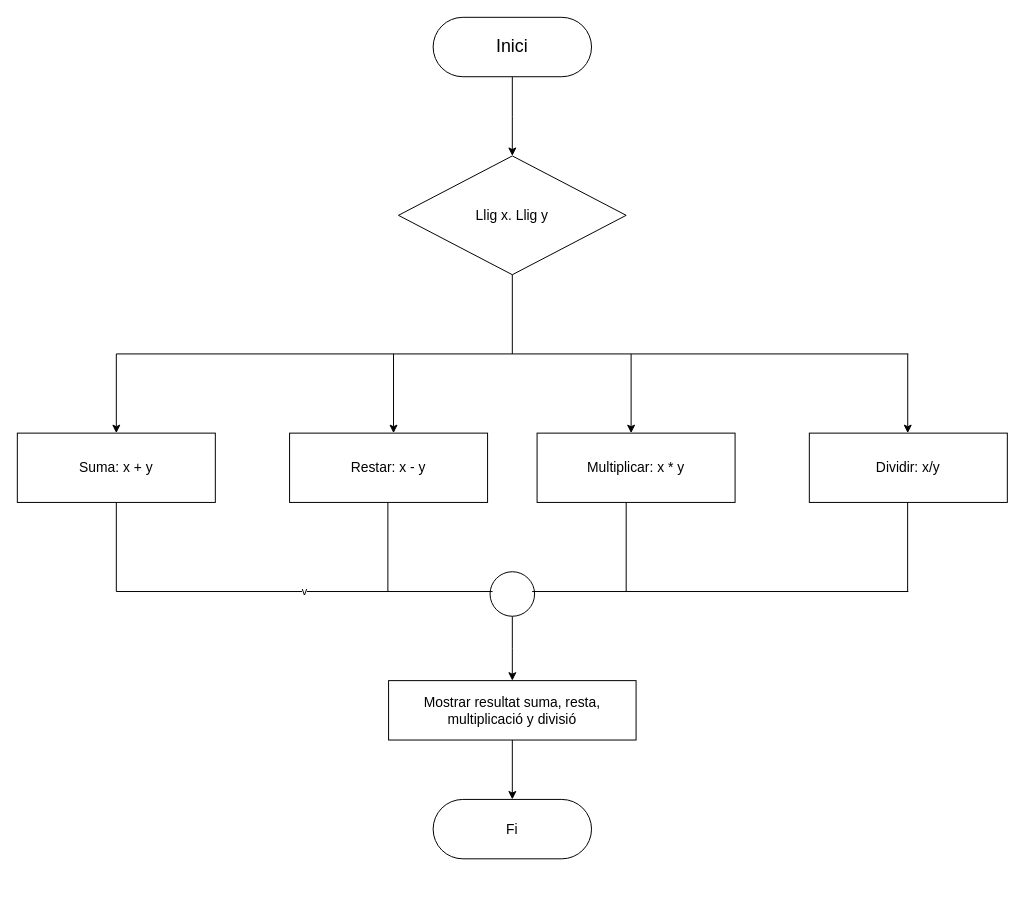
This is Programacion/Diagrama_flux/ex10.drawio from edav03/1DAW, a draw.io file, before an edit. Source tidied: cells renumbered, new cells numbered last; positions are measured from the earlier drawing's top-left corner, leaving out a move shared by most shapes. Both pictures are drawn from the tidied source at 99%, with x=0, y=0 at pixel (17, 17).
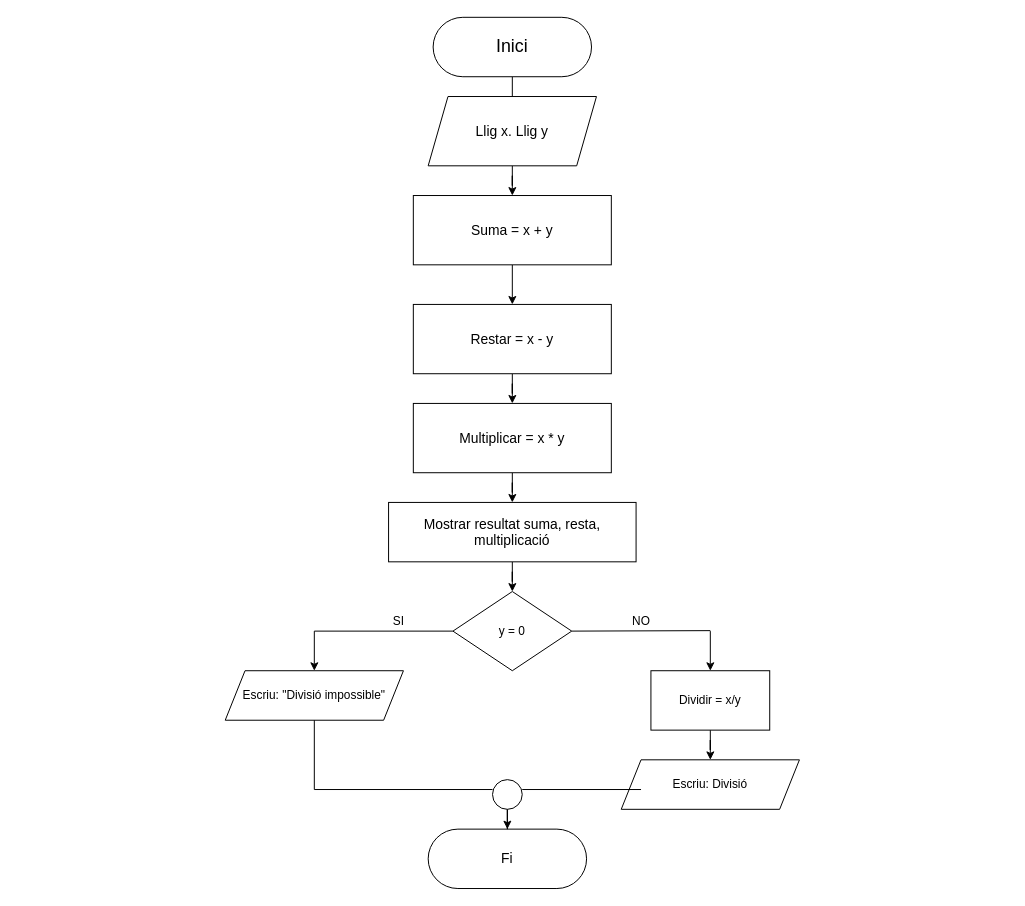
The same page after the edit.

Diff of the diagram source:
```diff
@@
-    <mxCell id="4" style="edgeStyle=orthogonalEdgeStyle;rounded=0;jettySize=auto;html=1;" parent="1" edge="1" source="5">
-      <mxGeometry relative="1" as="geometry">
-        <mxPoint x="500" y="670" as="targetPoint" />
-      </mxGeometry>
-    </mxCell>
-    <mxCell id="5" style="ellipse;whiteSpace=wrap;html=1;" parent="1" vertex="1">
-      <mxGeometry x="477.5" y="560" width="45" height="45" as="geometry" />
-    </mxCell>
     <mxCell id="6" value="&lt;font style=&quot;font-size: 14px&quot;&gt;Fi&lt;/font&gt;" style="rounded=1;whiteSpace=wrap;html=1;arcSize=50;" parent="1" vertex="1">
-      <mxGeometry x="420" y="790" width="160" height="60" as="geometry" />
+      <mxGeometry x="415" y="820" width="160" height="60" as="geometry" />
     </mxCell>
+    <mxCell id="26" style="edgeStyle=orthogonalEdgeStyle;rounded=0;jettySize=auto;html=1;entryX=0.5;entryY=0;entryDx=0;entryDy=0;" parent="1" edge="1" source="11" target="13">
+      <mxGeometry relative="1" as="geometry" />
+    </mxCell>
+    <mxCell id="11" value="&lt;font style=&quot;font-size: 14px&quot;&gt;Suma = x + y&lt;/font&gt;" style="rounded=0;whiteSpace=wrap;html=1;" parent="1" vertex="1">
+      <mxGeometry x="400" y="180" width="200" height="70" as="geometry" />
+    </mxCell>
+    <mxCell id="27" style="edgeStyle=orthogonalEdgeStyle;rounded=0;jettySize=auto;html=1;entryX=0.5;entryY=0;entryDx=0;entryDy=0;" parent="1" edge="1" source="13" target="15">
+      <mxGeometry relative="1" as="geometry" />
+    </mxCell>
+    <mxCell id="13" value="&lt;font style=&quot;font-size: 14px&quot;&gt;Restar = x - y&lt;/font&gt;" style="rounded=0;whiteSpace=wrap;html=1;" parent="1" vertex="1">
+      <mxGeometry x="400" y="290" width="200" height="70" as="geometry" />
+    </mxCell>
+    <mxCell id="28" style="edgeStyle=orthogonalEdgeStyle;rounded=0;jettySize=auto;html=1;entryX=0.5;entryY=0;entryDx=0;entryDy=0;" parent="1" edge="1" source="15" target="25">
+      <mxGeometry relative="1" as="geometry" />
+    </mxCell>
+    <mxCell id="15" value="&lt;font style=&quot;font-size: 14px&quot;&gt;Multiplicar = x * y&lt;/font&gt;" style="rounded=0;whiteSpace=wrap;html=1;" parent="1" vertex="1">
+      <mxGeometry x="400" y="390" width="200" height="70" as="geometry" />
+    </mxCell>
+    <mxCell id="29" style="edgeStyle=orthogonalEdgeStyle;rounded=0;jettySize=auto;html=1;entryX=0.5;entryY=0;entryDx=0;entryDy=0;" parent="1" edge="1" source="25" target="33">
+      <mxGeometry relative="1" as="geometry" />
+    </mxCell>
+    <mxCell id="25" value="&lt;font style=&quot;font-size: 14px&quot;&gt;Mostrar resultat suma, resta, multiplicació&lt;/font&gt;" style="rounded=0;whiteSpace=wrap;html=1;" parent="1" vertex="1">
+      <mxGeometry x="375" y="490" width="250" height="60" as="geometry" />
+    </mxCell>
+    <mxCell id="30" style="edgeStyle=orthogonalEdgeStyle;rounded=0;jettySize=auto;html=1;entryX=0.5;entryY=0;entryDx=0;entryDy=0;" parent="1" edge="1" source="7" target="11">
+      <mxGeometry relative="1" as="geometry" />
+    </mxCell>
-    <mxCell id="7" value="&lt;span style=&quot;font-size: 14px&quot;&gt;Llig x. Llig y&lt;/span&gt;" style="rhombus;whiteSpace=wrap;html=1;" parent="1" vertex="1">
-      <mxGeometry x="385" y="140" width="230" height="120" as="geometry" />
+    <mxCell id="7" value="&lt;span style=&quot;font-size: 14px&quot;&gt;Llig x. Llig y&lt;/span&gt;" style="shape=parallelogram;perimeter=parallelogramPerimeter;whiteSpace=wrap;html=1;fixedSize=1;" parent="1" vertex="1">
+      <mxGeometry x="415" y="80" width="170" height="70" as="geometry" />
     </mxCell>
-    <mxCell id="8" style="endArrow=none;html=1;entryX=0.5;entryY=1;entryDx=0;entryDy=0;" parent="1" edge="1" target="7">
-      <mxGeometry relative="1" as="geometry">
-        <mxPoint x="500" y="340" as="sourcePoint" />
-      </mxGeometry>
-    </mxCell>
-    <mxCell id="9" style="endArrow=none;html=1;" parent="1" edge="1">
-      <mxGeometry relative="1" as="geometry">
-        <mxPoint x="100" y="340" as="sourcePoint" />
-        <mxPoint x="900" y="340" as="targetPoint" />
-      </mxGeometry>
-    </mxCell>
-    <mxCell id="10" style="endArrow=classic;html=1;" parent="1" edge="1">
-      <mxGeometry relative="1" as="geometry">
-        <mxPoint x="100" y="340" as="sourcePoint" />
-        <mxPoint x="100" y="420" as="targetPoint" />
-      </mxGeometry>
-    </mxCell>
-    <mxCell id="11" value="&lt;font style=&quot;font-size: 14px&quot;&gt;Suma: x + y&lt;/font&gt;" style="rounded=0;whiteSpace=wrap;html=1;" parent="1" vertex="1">
-      <mxGeometry y="420" width="200" height="70" as="geometry" />
-    </mxCell>
-    <mxCell id="12" style="endArrow=classic;html=1;" parent="1" edge="1">
-      <mxGeometry relative="1" as="geometry">
-        <mxPoint x="380" y="340" as="sourcePoint" />
-        <mxPoint x="380" y="420" as="targetPoint" />
-      </mxGeometry>
-    </mxCell>
-    <mxCell id="13" value="&lt;font style=&quot;font-size: 14px&quot;&gt;Restar: x - y&lt;/font&gt;" style="rounded=0;whiteSpace=wrap;html=1;" parent="1" vertex="1">
-      <mxGeometry x="275" y="420" width="200" height="70" as="geometry" />
-    </mxCell>
-    <mxCell id="14" value="&lt;font style=&quot;font-size: 14px&quot;&gt;Dividir: x/y&lt;/font&gt;" style="rounded=0;whiteSpace=wrap;html=1;" parent="1" vertex="1">
-      <mxGeometry x="800" y="420" width="200" height="70" as="geometry" />
-    </mxCell>
-    <mxCell id="15" value="&lt;font style=&quot;font-size: 14px&quot;&gt;Multiplicar: x * y&lt;/font&gt;" style="rounded=0;whiteSpace=wrap;html=1;" parent="1" vertex="1">
-      <mxGeometry x="525" y="420" width="200" height="70" as="geometry" />
-    </mxCell>
-    <mxCell id="16" style="endArrow=classic;html=1;" parent="1" edge="1">
-      <mxGeometry relative="1" as="geometry">
-        <mxPoint x="620" y="340" as="sourcePoint" />
-        <mxPoint x="620" y="420" as="targetPoint" />
-      </mxGeometry>
-    </mxCell>
-    <mxCell id="17" style="endArrow=classic;html=1;" parent="1" edge="1">
-      <mxGeometry relative="1" as="geometry">
-        <mxPoint x="899.4" y="340" as="sourcePoint" />
-        <mxPoint x="899.4" y="420" as="targetPoint" />
-      </mxGeometry>
-    </mxCell>
-    <mxCell id="18" style="endArrow=none;html=1;exitX=0.5;exitY=1;exitDx=0;exitDy=0;" parent="1" edge="1" source="11">
-      <mxGeometry relative="1" as="geometry">
-        <mxPoint x="100" y="580" as="targetPoint" />
-      </mxGeometry>
-    </mxCell>
-    <mxCell id="19" style="endArrow=none;html=1;exitX=0.5;exitY=1;exitDx=0;exitDy=0;" parent="1" edge="1">
-      <mxGeometry relative="1" as="geometry">
-        <mxPoint x="899.3" y="490" as="sourcePoint" />
-        <mxPoint x="899.3" y="580" as="targetPoint" />
-      </mxGeometry>
-    </mxCell>
-    <mxCell id="20" style="endArrow=none;html=1;exitX=0.5;exitY=1;exitDx=0;exitDy=0;" parent="1" edge="1">
-      <mxGeometry relative="1" as="geometry">
-        <mxPoint x="615" y="490" as="sourcePoint" />
-        <mxPoint x="615" y="580" as="targetPoint" />
-      </mxGeometry>
-    </mxCell>
-    <mxCell id="21" style="endArrow=none;html=1;exitX=0.5;exitY=1;exitDx=0;exitDy=0;" parent="1" edge="1">
-      <mxGeometry relative="1" as="geometry">
-        <mxPoint x="374.3" y="490" as="sourcePoint" />
-        <mxPoint x="374.3" y="580" as="targetPoint" />
-      </mxGeometry>
-    </mxCell>
-    <mxCell id="22" value="v" style="endArrow=none;html=1;" parent="1" edge="1">
-      <mxGeometry relative="1" as="geometry">
-        <mxPoint x="100" y="580" as="sourcePoint" />
-        <mxPoint x="480" y="580" as="targetPoint" />
-      </mxGeometry>
-    </mxCell>
-    <mxCell id="23" style="endArrow=none;html=1;" parent="1" edge="1">
-      <mxGeometry relative="1" as="geometry">
-        <mxPoint x="520" y="580" as="sourcePoint" />
-        <mxPoint x="900" y="580" as="targetPoint" />
-      </mxGeometry>
-    </mxCell>
-    <mxCell id="24" style="edgeStyle=orthogonalEdgeStyle;rounded=0;jettySize=auto;html=1;entryX=0.5;entryY=0;entryDx=0;entryDy=0;" parent="1" edge="1" source="25" target="6">
-      <mxGeometry relative="1" as="geometry" />
-    </mxCell>
-    <mxCell id="25" value="&lt;font style=&quot;font-size: 14px&quot;&gt;Mostrar resultat suma, resta, multiplicació y divisió&lt;/font&gt;" style="rounded=0;whiteSpace=wrap;html=1;" parent="1" vertex="1">
-      <mxGeometry x="375" y="670" width="250" height="60" as="geometry" />
-    </mxCell>
+    <mxCell id="31" style="endArrow=classic;html=1;" parent="1" edge="1">
+      <mxGeometry relative="1" as="geometry">
+        <mxPoint x="300" y="620" as="sourcePoint" />
+        <mxPoint x="300" y="660" as="targetPoint" />
+      </mxGeometry>
+    </mxCell>
+    <mxCell id="32" style="endArrow=classic;html=1;" parent="1" edge="1">
+      <mxGeometry relative="1" as="geometry">
+        <mxPoint x="700" y="620" as="sourcePoint" />
+        <mxPoint x="700" y="660" as="targetPoint" />
+      </mxGeometry>
+    </mxCell>
+    <mxCell id="33" value="y = 0" style="rhombus;whiteSpace=wrap;html=1;" parent="1" vertex="1">
+      <mxGeometry x="440" y="580" width="120" height="80" as="geometry" />
+    </mxCell>
+    <mxCell id="34" style="endArrow=none;html=1;entryX=0;entryY=0.5;entryDx=0;entryDy=0;" parent="1" edge="1" target="33">
+      <mxGeometry relative="1" as="geometry">
+        <mxPoint x="300" y="620" as="sourcePoint" />
+      </mxGeometry>
+    </mxCell>
+    <mxCell id="35" style="endArrow=none;html=1;entryX=0;entryY=0.5;entryDx=0;entryDy=0;exitX=1;exitY=0.5;exitDx=0;exitDy=0;" parent="1" edge="1" source="33">
+      <mxGeometry relative="1" as="geometry">
+        <mxPoint x="700" y="619.5" as="targetPoint" />
+      </mxGeometry>
+    </mxCell>
+    <mxCell id="36" value="SI" style="text;html=1;align=center;verticalAlign=middle;strokeColor=none;fillColor=none;" parent="1" vertex="1">
+      <mxGeometry x="370" y="600" width="30" height="20" as="geometry" />
+    </mxCell>
+    <mxCell id="37" value="NO" style="text;html=1;align=center;verticalAlign=middle;strokeColor=none;fillColor=none;" parent="1" vertex="1">
+      <mxGeometry x="615" y="600" width="30" height="20" as="geometry" />
+    </mxCell>
+    <mxCell id="38" value="Escriu: &quot;Divisió impossible&quot;" style="shape=parallelogram;perimeter=parallelogramPerimeter;whiteSpace=wrap;html=1;fixedSize=1;" parent="1" vertex="1">
+      <mxGeometry x="210" y="660" width="180" height="50" as="geometry" />
+    </mxCell>
+    <mxCell id="39" style="edgeStyle=orthogonalEdgeStyle;rounded=0;jettySize=auto;html=1;entryX=0.5;entryY=0;entryDx=0;entryDy=0;" parent="1" edge="1" source="40" target="41">
+      <mxGeometry relative="1" as="geometry" />
+    </mxCell>
+    <mxCell id="40" value="Dividir = x/y" style="rounded=0;whiteSpace=wrap;html=1;" parent="1" vertex="1">
+      <mxGeometry x="640" y="660" width="120" height="60" as="geometry" />
+    </mxCell>
+    <mxCell id="41" value="Escriu: Divisió" style="shape=parallelogram;perimeter=parallelogramPerimeter;whiteSpace=wrap;html=1;fixedSize=1;" parent="1" vertex="1">
+      <mxGeometry x="610" y="750" width="180" height="50" as="geometry" />
+    </mxCell>
+    <mxCell id="42" style="endArrow=none;html=1;" parent="1" edge="1">
+      <mxGeometry relative="1" as="geometry">
+        <mxPoint x="300" y="780" as="sourcePoint" />
+        <mxPoint x="480" y="780" as="targetPoint" />
+      </mxGeometry>
+    </mxCell>
+    <mxCell id="43" style="endArrow=none;html=1;exitX=0.5;exitY=1;exitDx=0;exitDy=0;" parent="1" edge="1" source="38">
+      <mxGeometry relative="1" as="geometry">
+        <mxPoint x="300" y="780" as="targetPoint" />
+      </mxGeometry>
+    </mxCell>
+    <mxCell id="44" style="endArrow=none;html=1;" parent="1" edge="1">
+      <mxGeometry relative="1" as="geometry">
+        <mxPoint x="510" y="780" as="sourcePoint" />
+        <mxPoint x="630" y="780" as="targetPoint" />
+      </mxGeometry>
+    </mxCell>
+    <mxCell id="45" style="edgeStyle=orthogonalEdgeStyle;rounded=0;jettySize=auto;html=1;" parent="1" edge="1" source="46" target="6">
+      <mxGeometry relative="1" as="geometry" />
+    </mxCell>
+    <mxCell id="46" style="ellipse;whiteSpace=wrap;html=1;" parent="1" vertex="1">
+      <mxGeometry x="480" y="770" width="30" height="30" as="geometry" />
+    </mxCell>
```
